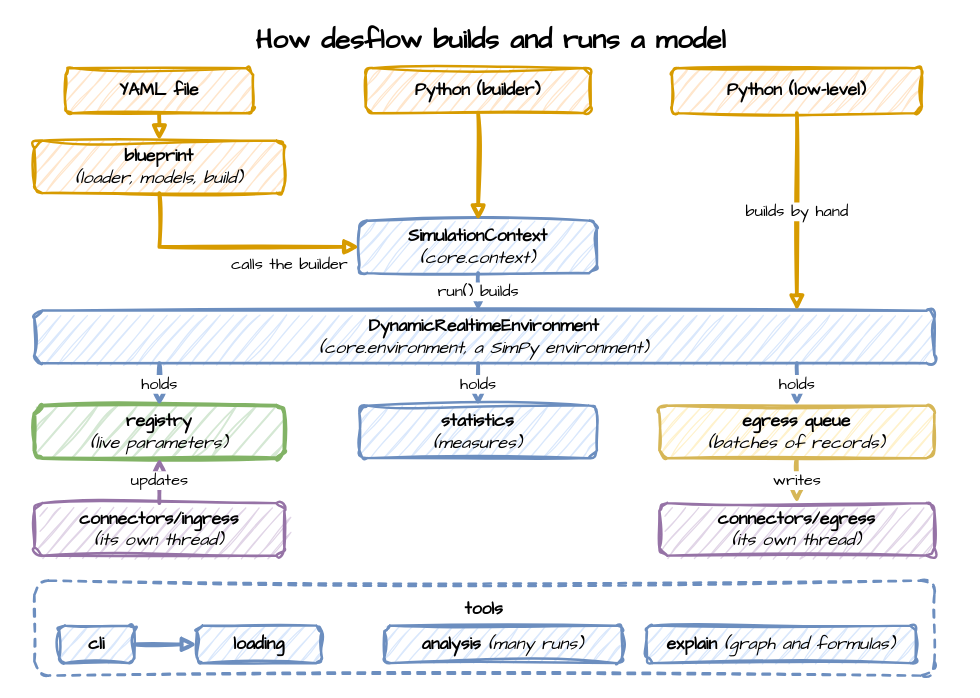
Above: docs/assets/diagrams/how-it-works.drawio in jaehyeon-kim/desflow (draw.io), before the change. Source tidied: cells renumbered, new cells numbered last; positions are measured from the earlier drawing's top-left corner, leaving out a move shared by most shapes. Both pictures are drawn from the tidied source at 125%, with x=0, y=0 at pixel (21, 21).
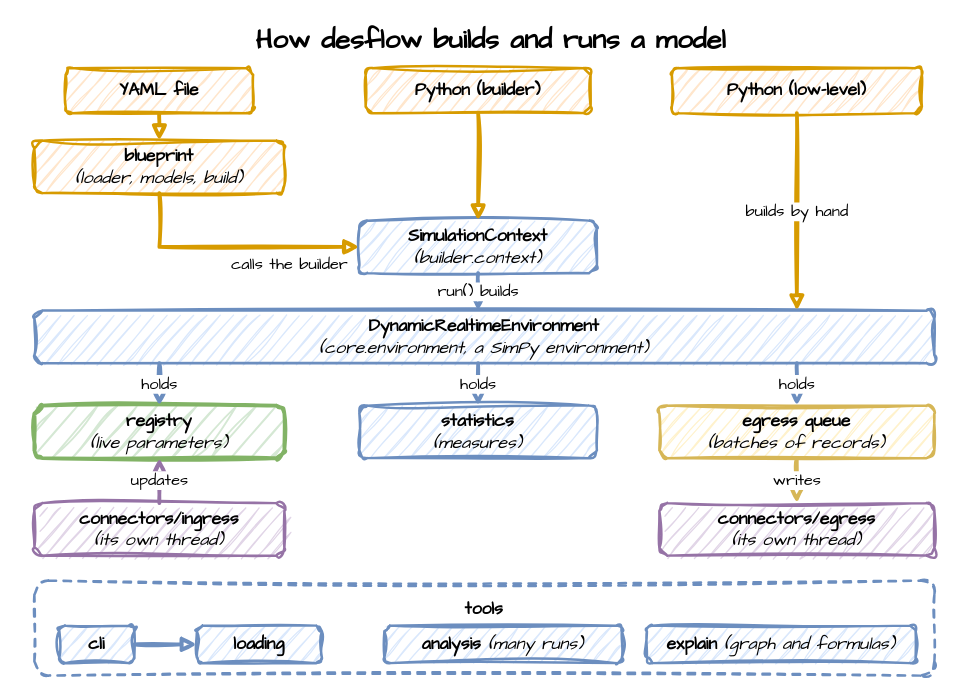
The same diagram, later.

Commit message (it also covers changes not shown here):
Name builder.context on How desflow Works, state when queued is published in the task steps GIF, and list the logger rename under Upgrading

The edit, as a diff of the source:
```diff
@@
-    <mxCell id="7" value="&lt;b&gt;SimulationContext&lt;/b&gt;&lt;br&gt;&lt;i&gt;(core.context)&lt;/i&gt;" style="rounded=1;whiteSpace=wrap;html=1;sketch=1;curveFitting=1;jiggle=2;fontFamily=Comic Sans MS;fontSize=14;fillColor=#dae8fc;strokeColor=#6c8ebf;strokeWidth=2;" parent="1" vertex="1">
+    <mxCell id="7" value="&lt;b&gt;SimulationContext&lt;/b&gt;&lt;br&gt;&lt;i&gt;(builder.context)&lt;/i&gt;" style="rounded=1;whiteSpace=wrap;html=1;sketch=1;curveFitting=1;jiggle=2;fontFamily=Comic Sans MS;fontSize=14;fillColor=#dae8fc;strokeColor=#6c8ebf;strokeWidth=2;" parent="1" vertex="1">
       <mxGeometry x="270" y="159" width="190" height="42" as="geometry" />
     </mxCell>
```
